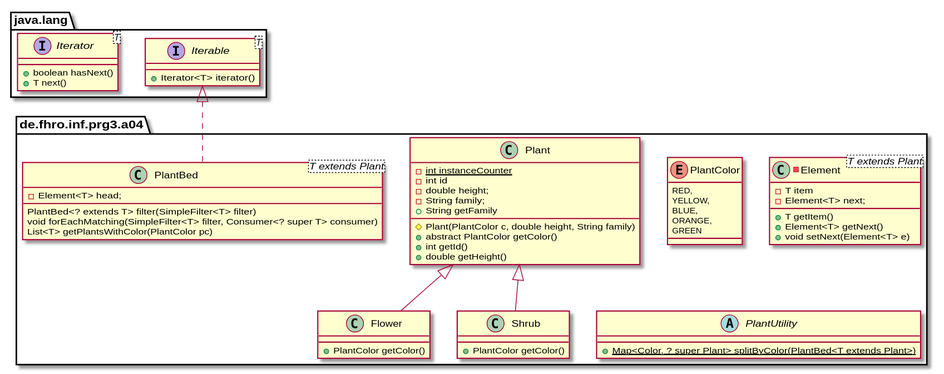
Before: assets/class-spec.svg, a diagram exported from PlantUML (studlinnth6233/04-generics). The source it was exported from:
```plantuml
@startuml
package java.lang {

    interface Iterable<T> {
    	+Iterator<T> iterator()
    }

	interface Iterator<T> {
    	+boolean hasNext()
        +T next()
    }
}

package de.fhro.inf.prg3.a04 {
enum PlantColor {
	RED,
    YELLOW,
    BLUE,
    ORANGE,
    GREEN
}

class Plant {
	-{static}int instanceCounter
    -int id
    -double height;
    -String family;
    #Plant(PlantColor c, double height, String family)
    +abstract PlantColor getColor()
    +int getId()
    +double getHeight()
    +String getFamily

}

class Flower extends Plant {
	+PlantColor getColor()
}

class Shrub extends Plant {
	+PlantColor getColor()
}

class PlantBed<T extends Plant> implements Iterable {
	-Element<T> head;

	PlantBed<? extends T> filter(SimpleFilter<T> filter)
    void forEachMatching(SimpleFilter<T> filter, Consumer<? super T> consumer)
    List<T> getPlantsWithColor(PlantColor pc)
}

-class Element<T extends Plant> {
	-T item
    -Element<T> next;

    +T getItem()
    +Element<T> getNext()
    +void setNext(Element<T> e)
}

abstract class PlantUtility {
	+{static}Map<Color, ? super Plant> splitByColor(PlantBed<T extends Plant>)
}

}
@enduml
```
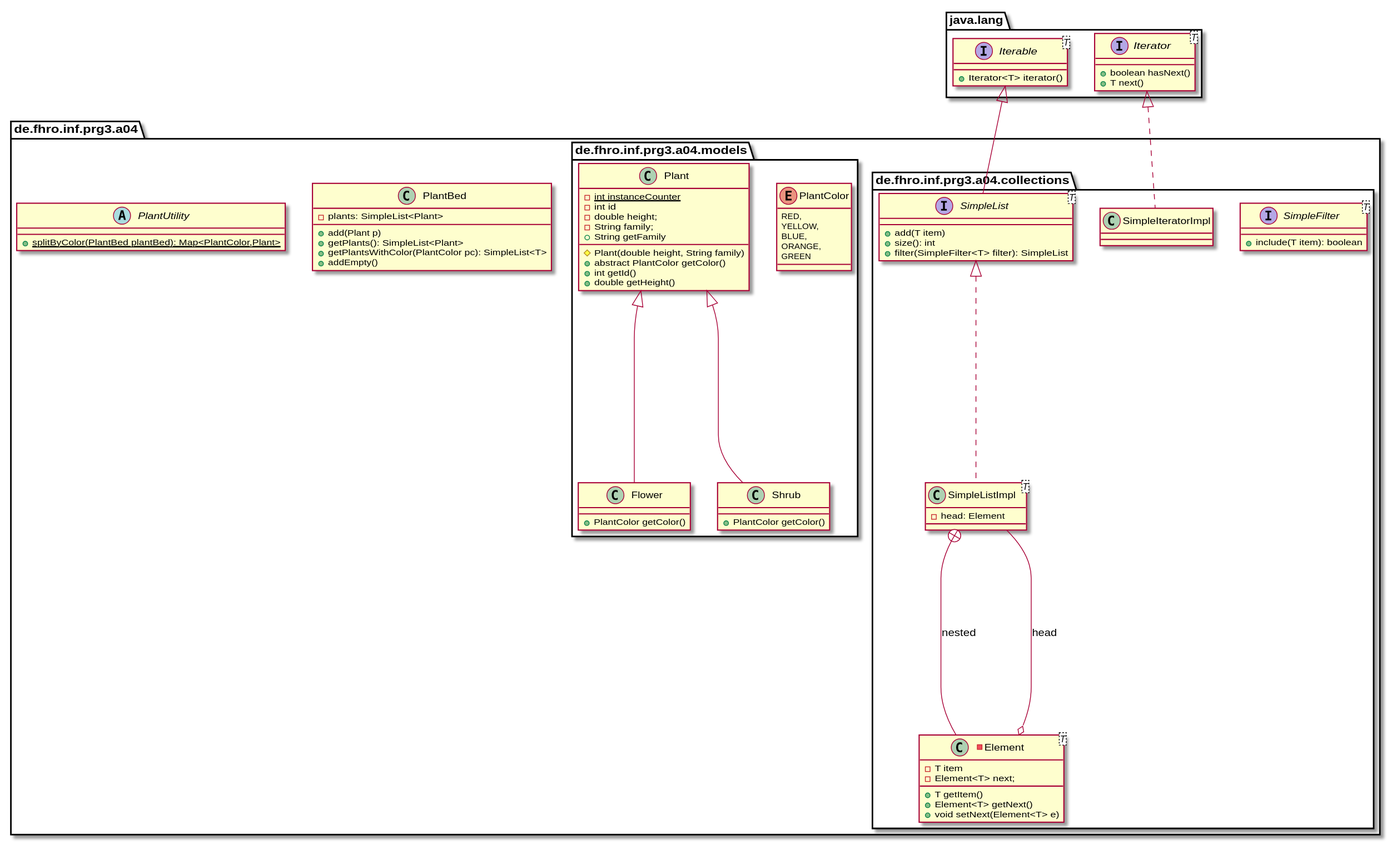
Above is the later version.

The edit, as a diff of the source:
```diff
@@ -12,55 +12,81 @@
 }
 
 package de.fhro.inf.prg3.a04 {
-enum PlantColor {
-	RED,
-    YELLOW,
-    BLUE,
-    ORANGE,
-    GREEN
-}
 
-class Plant {
-	-{static}int instanceCounter
-    -int id
-    -double height;
-    -String family;
-    #Plant(PlantColor c, double height, String family)
-    +abstract PlantColor getColor()
-    +int getId()
-    +double getHeight()
-    +String getFamily
+    package de.fhro.inf.prg3.a04.collections {
+        interface SimpleFilter<T> {
+            +include(T item): boolean
+        }
 
-}
+        interface SimpleList<T> extends Iterable {
+            +add(T item)
+            +size(): int
+            +filter(SimpleFilter<T> filter): SimpleList
+        }
 
-class Flower extends Plant {
-	+PlantColor getColor()
-}
+        class SimpleListImpl<T> implements SimpleList {
+           -head: Element
+        }
 
-class Shrub extends Plant {
-	+PlantColor getColor()
-}
+        class SimpleIteratorImpl implements Iterator {
+        }
 
-class PlantBed<T extends Plant> implements Iterable {
-	-Element<T> head;
+        -class Element<T> {
+        	-T item
+            -Element<T> next;
 
-	PlantBed<? extends T> filter(SimpleFilter<T> filter)
-    void forEachMatching(SimpleFilter<T> filter, Consumer<? super T> consumer)
-    List<T> getPlantsWithColor(PlantColor pc)
-}
+            +T getItem()
+            +Element<T> getNext()
+            +void setNext(Element<T> e)
+        }
 
--class Element<T extends Plant> {
-	-T item
-    -Element<T> next;
+        SimpleListImpl +-- Element : nested
+        Element o-- SimpleListImpl : head
+    }
 
-    +T getItem()
-    +Element<T> getNext()
-    +void setNext(Element<T> e)
-}
+    package de.fhro.inf.prg3.a04.models {
+        enum PlantColor {
+	        RED,
+            YELLOW,
+            BLUE,
+            ORANGE,
+            GREEN
+        }
 
-abstract class PlantUtility {
-	+{static}Map<Color, ? super Plant> splitByColor(PlantBed<T extends Plant>)
-}
+        class Plant {
+	        -{static}int instanceCounter
+            -int id
+            -double height;
+            -String family;
+            #Plant(double height, String family)
+            +abstract PlantColor getColor()
+            +int getId()
+            +double getHeight()
+            +String getFamily
+        }
+
+        class Flower extends Plant {
+        	+PlantColor getColor()
+        }
+
+        class Shrub extends Plant {
+        	+PlantColor getColor()
+        }
+    }
+
+    class PlantBed {
+
+	    -plants: SimpleList<Plant>
+
+        +add(Plant p)
+        +getPlants(): SimpleList<Plant>
+        +getPlantsWithColor(PlantColor pc): SimpleList<T>
+        +addEmpty()
+    }
+
+    abstract class PlantUtility {
+	    +{static}splitByColor(PlantBed plantBed): Map<PlantColor,Plant>
+    }
 
 }
 @enduml
```
